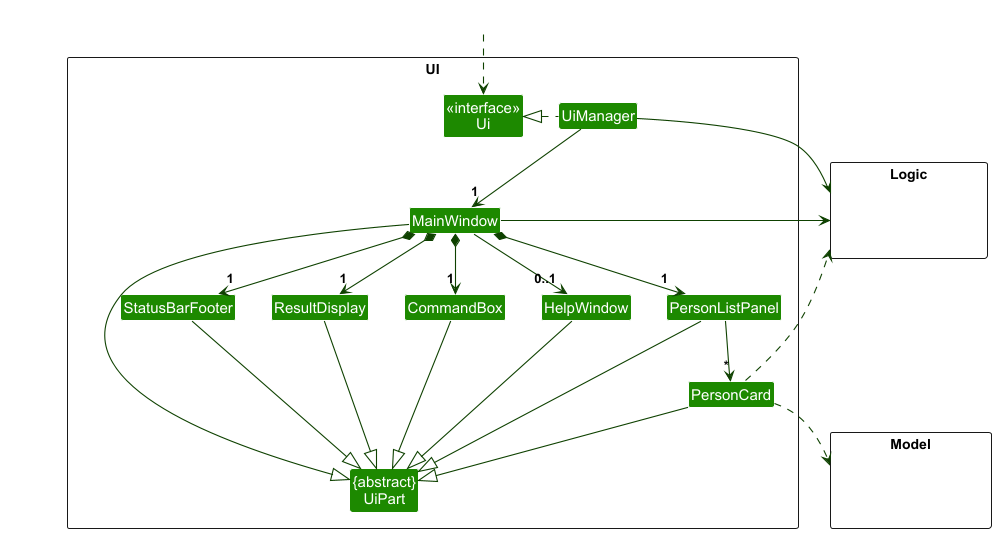
Above: docs/images/UiClassDiagram.png in Itsdaodao/tp (PlantUML), before the change.
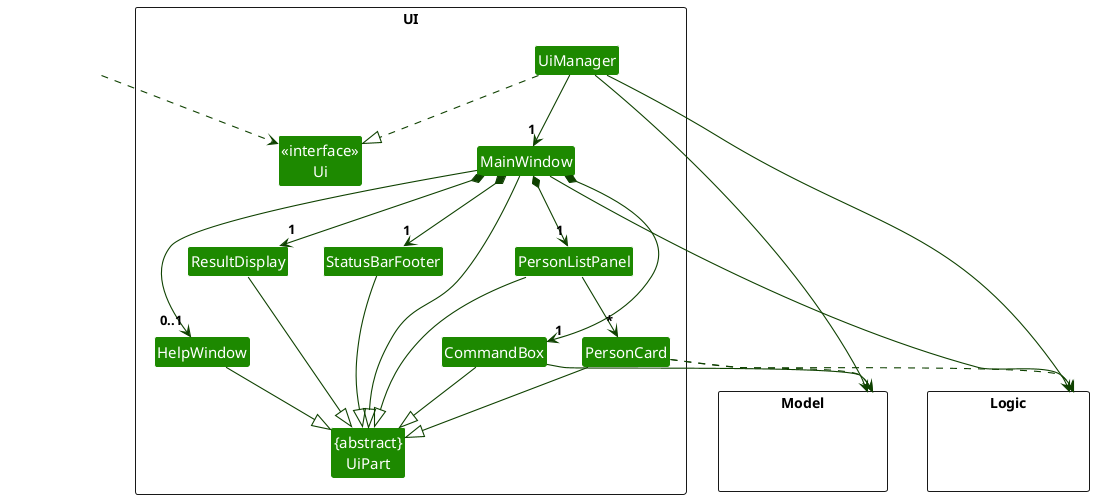
The same diagram one commit later.

What changed in the source:
```diff
@@ -28,34 +28,30 @@
 Class HiddenOutside #FFFFFF
 HiddenOutside ..> Ui
 
-UiManager .left.|> Ui
-UiManager -down-> "1" MainWindow
-MainWindow *-down->  "1" CommandBox
-MainWindow *-down-> "1" ResultDisplay
-MainWindow *-down-> "1" PersonListPanel
-MainWindow *-down-> "1" StatusBarFooter
+UiManager ..|> Ui
+UiManager --> "1" MainWindow
+MainWindow *-->  "1" CommandBox
+MainWindow *--> "1" ResultDisplay
+MainWindow *--> "1" PersonListPanel
+MainWindow *--> "1" StatusBarFooter
 MainWindow --> "0..1" HelpWindow
 
-PersonListPanel -down-> "*" PersonCard
+PersonListPanel --> "*" PersonCard
 
-MainWindow -left-|> UiPart
+MainWindow --|> UiPart
 
 ResultDisplay --|> UiPart
-CommandBox --|> UiPart
 PersonListPanel --|> UiPart
 PersonCard --|> UiPart
 StatusBarFooter --|> UiPart
 HelpWindow --|> UiPart
+CommandBox --|> UiPart
 
 PersonCard ..> Model
 PersonCard ..> Logic
-UiManager -right-> Logic
-MainWindow -left-> Logic
+UiManager --> Logic
+MainWindow --> Logic
 
-PersonListPanel -[hidden]left- HelpWindow
-HelpWindow -[hidden]left- CommandBox
-CommandBox -[hidden]left- ResultDisplay
-ResultDisplay -[hidden]left- StatusBarFooter
-
-MainWindow -[hidden]-|> UiPart
+UiManager -> Model
+CommandBox -> Model
 @enduml
```
